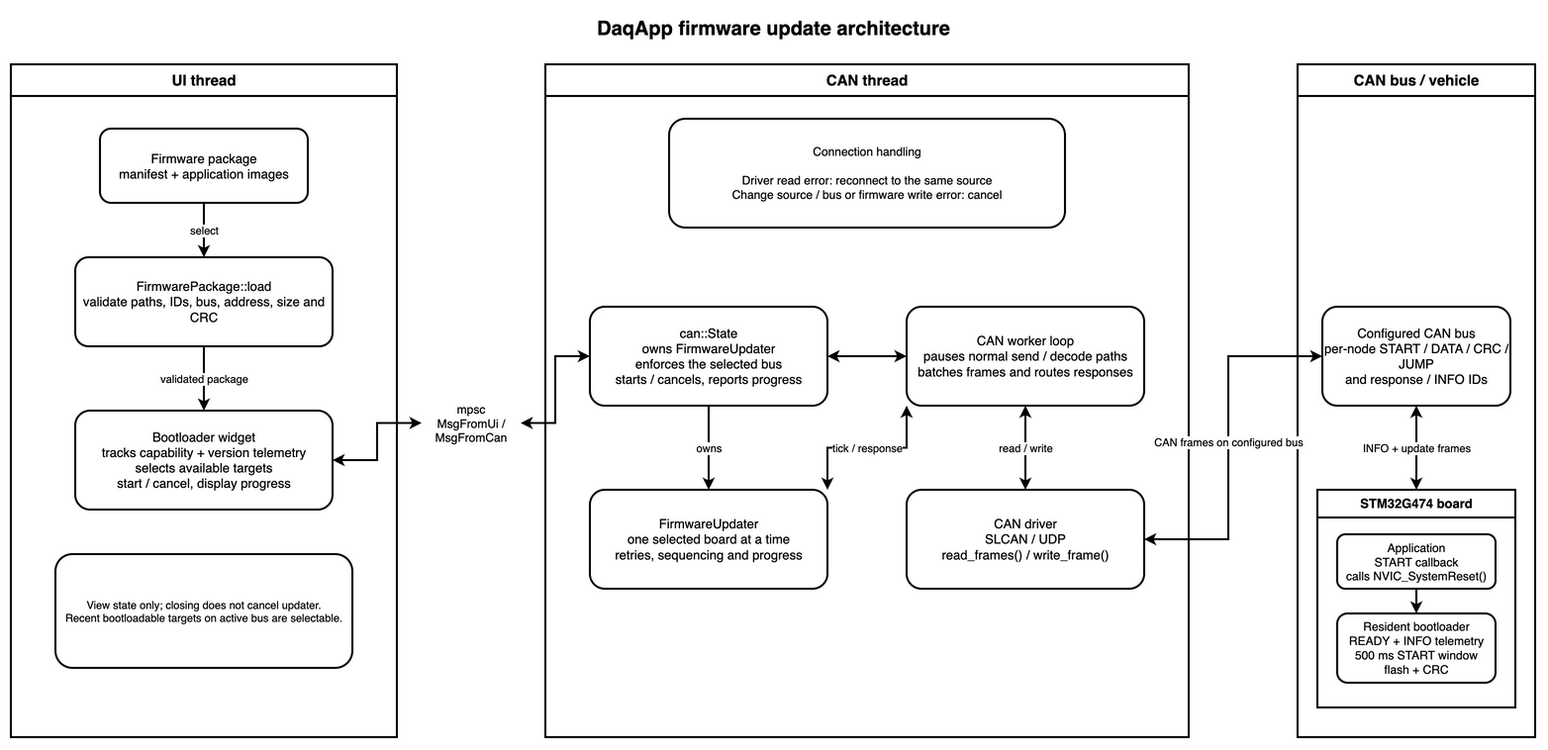
PurdueElectricRacing/monorepo keeps this draw.io diagram as docs/daqapp/daqapp_bootloader_architecture.drawio.png. Above is the earlier version. Source tidied: cells renumbered, new cells last; positions are measured from the earlier drawing's top-left corner, leaving out a move shared by most shapes.
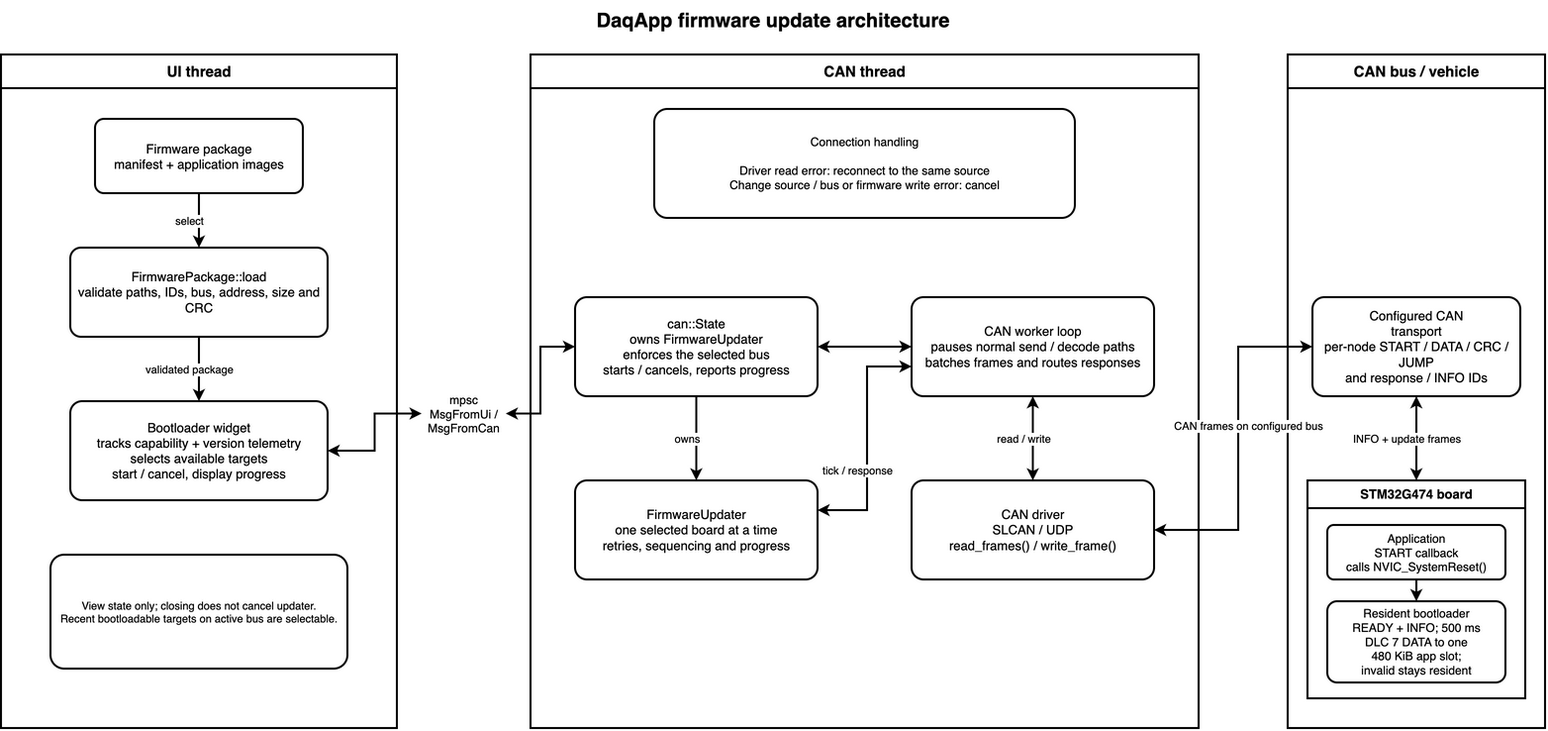
Later version of the same file.

Commit message:
Update bootloader diagrams for full application slot

Change to the diagram source:
```diff
@@ -2,96 +2,101 @@
   <root>
     <mxCell id="0" />
     <mxCell id="1" parent="0" />
-    <mxCell id="2" value="DaqApp firmware update architecture" style="text;html=1;align=center;verticalAlign=middle;fontSize=20;fontStyle=1;" parent="1" vertex="1">
-      <mxGeometry x="470" width="600" height="35" as="geometry" />
+    <mxCell id="2" value="DaqApp firmware update architecture" style="text;html=1;whiteSpace=wrap;align=center;verticalAlign=middle;fontSize=20;fontStyle=1;" parent="1" vertex="1">
+      <mxGeometry x="410" width="720" height="40" as="geometry" />
     </mxCell>
-    <mxCell id="3" value="UI thread" style="swimlane;whiteSpace=wrap;html=1;startSize=32;fontSize=15;strokeWidth=2;" parent="1" vertex="1">
-      <mxGeometry y="55" width="390" height="680" as="geometry" />
+    <mxCell id="3" value="UI thread" style="swimlane;whiteSpace=wrap;html=1;startSize=34;fontSize=15;fontStyle=1;strokeWidth=2;" parent="1" vertex="1">
+      <mxGeometry x="-10" y="55" width="400" height="680" as="geometry" />
     </mxCell>
-    <mxCell id="4" value="CAN thread" style="swimlane;whiteSpace=wrap;html=1;startSize=32;fontSize=15;strokeWidth=2;" parent="1" vertex="1">
-      <mxGeometry x="540" y="55" width="650" height="680" as="geometry" />
-    </mxCell>
-    <mxCell id="5" value="CAN bus / vehicle" style="swimlane;whiteSpace=wrap;html=1;startSize=32;fontSize=15;strokeWidth=2;" parent="1" vertex="1">
-      <mxGeometry x="1300" y="55" width="240" height="680" as="geometry" />
-    </mxCell>
-    <mxCell id="6" value="Firmware package&lt;br&gt;manifest + application images" style="rounded=1;whiteSpace=wrap;html=1;fontSize=13;strokeWidth=2;" parent="3" vertex="1">
-      <mxGeometry x="90" y="65" width="210" height="75" as="geometry" />
+    <mxCell id="6" value="Firmware package&lt;br&gt;manifest + application images" style="rounded=1;whiteSpace=wrap;html=1;fontSize=13;strokeWidth=2;arcSize=12;" parent="3" vertex="1">
+      <mxGeometry x="95" y="65" width="210" height="75" as="geometry" />
     </mxCell>
-    <mxCell id="7" value="FirmwarePackage::load&lt;br&gt;validate paths, IDs, bus, address, size and CRC" style="rounded=1;whiteSpace=wrap;html=1;fontSize=13;strokeWidth=2;" parent="3" vertex="1">
-      <mxGeometry x="65" y="195" width="260" height="90" as="geometry" />
+    <mxCell id="7" value="FirmwarePackage::load&lt;br&gt;validate paths, IDs, bus, address, size and CRC" style="rounded=1;whiteSpace=wrap;html=1;fontSize=13;strokeWidth=2;arcSize=12;" parent="3" vertex="1">
+      <mxGeometry x="70" y="195" width="260" height="90" as="geometry" />
     </mxCell>
-    <mxCell id="8" value="Bootloader widget&lt;br&gt;tracks capability + version telemetry&lt;br&gt;selects available targets&lt;br&gt;start / cancel, display progress" style="rounded=1;whiteSpace=wrap;html=1;fontSize=13;strokeWidth=2;" parent="3" vertex="1">
-      <mxGeometry x="65" y="350" width="260" height="100" as="geometry" />
+    <mxCell id="8" value="Bootloader widget&lt;br&gt;tracks capability + version telemetry&lt;br&gt;selects available targets&lt;br&gt;start / cancel, display progress" style="rounded=1;whiteSpace=wrap;html=1;fontSize=13;strokeWidth=2;arcSize=12;" parent="3" vertex="1">
+      <mxGeometry x="70" y="350" width="260" height="100" as="geometry" />
     </mxCell>
-    <mxCell id="9" value="View state only; closing does not cancel updater.&lt;br&gt;Recent bootloadable targets on active bus are selectable." style="rounded=1;whiteSpace=wrap;html=1;align=center;verticalAlign=middle;fontSize=11;strokeWidth=2;spacing=8;" parent="3" vertex="1">
-      <mxGeometry x="45" y="495" width="300" height="115" as="geometry" />
+    <mxCell id="9" value="View state only; closing does not cancel updater.&lt;br&gt;Recent bootloadable targets on active bus are selectable." style="rounded=1;whiteSpace=wrap;html=1;fontSize=13;strokeWidth=2;arcSize=12;fontSize=11;spacing=8;" parent="3" vertex="1">
+      <mxGeometry x="50" y="505" width="300" height="115" as="geometry" />
     </mxCell>
-    <mxCell id="10" value="mpsc&lt;br&gt;MsgFromUi / MsgFromCan" style="text;html=1;whiteSpace=wrap;align=center;verticalAlign=middle;fontSize=12;" parent="1" vertex="1">
-      <mxGeometry x="415" y="385" width="100" height="65" as="geometry" />
-    </mxCell>
+    <mxCell id="4" value="CAN thread" style="swimlane;whiteSpace=wrap;html=1;startSize=34;fontSize=15;fontStyle=1;strokeWidth=2;" parent="1" vertex="1">
+      <mxGeometry x="525" y="55" width="675" height="680" as="geometry" />
+    </mxCell>
-    <mxCell id="11" value="Connection handling&lt;br&gt;&lt;br&gt;Driver read error: reconnect to the same source&lt;br&gt;Change source / bus or firmware write error: cancel" style="rounded=1;whiteSpace=wrap;html=1;fontSize=12;strokeWidth=2;" parent="4" vertex="1">
-      <mxGeometry x="125" y="55" width="400" height="110" as="geometry" />
+    <mxCell id="11" value="Connection handling&lt;br&gt;&lt;br&gt;Driver read error: reconnect to the same source&lt;br&gt;Change source / bus or firmware write error: cancel" style="rounded=1;whiteSpace=wrap;html=1;fontSize=13;strokeWidth=2;arcSize=12;fontSize=12;" parent="4" vertex="1">
+      <mxGeometry x="125" y="55" width="425" height="110" as="geometry" />
     </mxCell>
-    <mxCell id="12" value="can::State&lt;br&gt;owns FirmwareUpdater&lt;br&gt;enforces the selected bus&lt;br&gt;starts / cancels, reports progress" style="rounded=1;whiteSpace=wrap;html=1;fontSize=13;strokeWidth=2;" parent="4" vertex="1">
-      <mxGeometry x="45" y="245" width="240" height="100" as="geometry" />
+    <mxCell id="12" value="can::State&lt;br&gt;owns FirmwareUpdater&lt;br&gt;enforces the selected bus&lt;br&gt;starts / cancels, reports progress" style="rounded=1;whiteSpace=wrap;html=1;fontSize=13;strokeWidth=2;arcSize=12;" parent="4" vertex="1">
+      <mxGeometry x="45" y="245" width="245" height="100" as="geometry" />
     </mxCell>
-    <mxCell id="13" value="CAN worker loop&lt;br&gt;pauses normal send / decode paths&lt;br&gt;batches frames and routes responses" style="rounded=1;whiteSpace=wrap;html=1;fontSize=13;strokeWidth=2;" parent="4" vertex="1">
-      <mxGeometry x="365" y="245" width="240" height="100" as="geometry" />
+    <mxCell id="13" value="CAN worker loop&lt;br&gt;pauses normal send / decode paths&lt;br&gt;batches frames and routes responses" style="rounded=1;whiteSpace=wrap;html=1;fontSize=13;strokeWidth=2;arcSize=12;" parent="4" vertex="1">
+      <mxGeometry x="385" y="245" width="245" height="100" as="geometry" />
     </mxCell>
-    <mxCell id="14" value="FirmwareUpdater&lt;br&gt;one selected board at a time&lt;br&gt;retries, sequencing and progress" style="rounded=1;whiteSpace=wrap;html=1;fontSize=13;strokeWidth=2;" parent="4" vertex="1">
-      <mxGeometry x="45" y="430" width="240" height="100" as="geometry" />
+    <mxCell id="14" value="FirmwareUpdater&lt;br&gt;one selected board at a time&lt;br&gt;retries, sequencing and progress" style="rounded=1;whiteSpace=wrap;html=1;fontSize=13;strokeWidth=2;arcSize=12;" parent="4" vertex="1">
+      <mxGeometry x="45" y="430" width="245" height="100" as="geometry" />
     </mxCell>
-    <mxCell id="15" value="CAN driver&lt;br&gt;SLCAN / UDP&lt;br&gt;read_frames() / write_frame()" style="rounded=1;whiteSpace=wrap;html=1;fontSize=13;strokeWidth=2;" parent="4" vertex="1">
-      <mxGeometry x="365" y="430" width="240" height="100" as="geometry" />
+    <mxCell id="15" value="CAN driver&lt;br&gt;SLCAN / UDP&lt;br&gt;read_frames() / write_frame()" style="rounded=1;whiteSpace=wrap;html=1;fontSize=13;strokeWidth=2;arcSize=12;" parent="4" vertex="1">
+      <mxGeometry x="385" y="430" width="245" height="100" as="geometry" />
     </mxCell>
+    <mxCell id="5" value="CAN bus / vehicle" style="swimlane;whiteSpace=wrap;html=1;startSize=34;fontSize=15;fontStyle=1;strokeWidth=2;" parent="1" vertex="1">
+      <mxGeometry x="1290" y="55" width="260" height="680" as="geometry" />
+    </mxCell>
-    <mxCell id="16" value="Configured CAN bus&lt;br&gt;per-node START / DATA / CRC / JUMP&lt;br&gt;and response / INFO IDs" style="rounded=1;whiteSpace=wrap;html=1;fontSize=13;strokeWidth=2;" parent="5" vertex="1">
-      <mxGeometry x="25" y="245" width="190" height="100" as="geometry" />
+    <mxCell id="16" value="Configured CAN&lt;br&gt;transport&lt;br&gt;per-node START / DATA / CRC / JUMP&lt;br&gt;and response / INFO IDs" style="rounded=1;whiteSpace=wrap;html=1;fontSize=13;strokeWidth=2;arcSize=12;" parent="5" vertex="1">
+      <mxGeometry x="25" y="245" width="210" height="100" as="geometry" />
     </mxCell>
-    <mxCell id="17" value="STM32G474 board" style="swimlane;whiteSpace=wrap;html=1;startSize=28;fontSize=13;strokeWidth=2;" parent="5" vertex="1">
-      <mxGeometry x="20" y="430" width="200" height="220" as="geometry" />
+    <mxCell id="17" value="STM32G474 board" style="swimlane;whiteSpace=wrap;html=1;startSize=28;fontSize=15;fontStyle=1;strokeWidth=2;fontSize=13;" parent="5" vertex="1">
+      <mxGeometry x="20" y="430" width="220" height="220" as="geometry" />
     </mxCell>
-    <mxCell id="18" value="Application&lt;br&gt;START callback&lt;br&gt;calls NVIC_SystemReset()" style="rounded=1;whiteSpace=wrap;html=1;fontSize=12;strokeWidth=2;" parent="17" vertex="1">
-      <mxGeometry x="20" y="45" width="160" height="55" as="geometry" />
+    <mxCell id="18" value="Application&lt;br&gt;START callback&lt;br&gt;calls NVIC_SystemReset()" style="rounded=1;whiteSpace=wrap;html=1;fontSize=13;strokeWidth=2;arcSize=12;fontSize=12;" parent="17" vertex="1">
+      <mxGeometry x="20" y="45" width="180" height="55" as="geometry" />
     </mxCell>
-    <mxCell id="19" value="Resident bootloader&lt;br&gt;READY + INFO telemetry&lt;br&gt;500 ms START window&lt;br&gt;flash + CRC" style="rounded=1;whiteSpace=wrap;html=1;fontSize=12;strokeWidth=2;" parent="17" vertex="1">
-      <mxGeometry x="20" y="125" width="160" height="70" as="geometry" />
+    <mxCell id="19" value="Resident bootloader&lt;br&gt;READY + INFO; 500 ms&lt;br&gt;DLC 7 DATA to one&lt;br&gt;480 KiB app slot;&lt;br&gt;invalid stays resident" style="rounded=1;whiteSpace=wrap;html=1;fontSize=13;strokeWidth=2;arcSize=12;fontSize=12;" parent="17" vertex="1">
+      <mxGeometry x="20" y="122" width="180" height="82" as="geometry" />
     </mxCell>
+    <mxCell id="10" value="mpsc&lt;br&gt;MsgFromUi / MsgFromCan" style="text;html=1;whiteSpace=wrap;align=center;verticalAlign=middle;fontSize=12;" parent="1" vertex="1">
+      <mxGeometry x="415" y="385" width="85" height="65" as="geometry" />
+    </mxCell>
-    <mxCell id="20" value="select" style="edgeStyle=orthogonalEdgeStyle;rounded=0;jettySize=auto;html=1;endArrow=classic;fontSize=11;strokeWidth=2;" parent="1" edge="1" source="6" target="7">
-      <mxGeometry relative="1" as="geometry" />
+    <mxCell id="20" value="select" style="edgeStyle=orthogonalEdgeStyle;rounded=0;jettySize=18;html=1;endArrow=classic;endFill=1;fontSize=11;strokeWidth=2;labelBackgroundColor=#ffffff;" parent="1" edge="1" source="6" target="7">
+      <mxGeometry y="-10" relative="1" as="geometry" />
     </mxCell>
-    <mxCell id="21" value="validated package" style="edgeStyle=orthogonalEdgeStyle;rounded=0;jettySize=auto;html=1;endArrow=classic;fontSize=11;strokeWidth=2;" parent="1" edge="1" source="7" target="8">
-      <mxGeometry relative="1" as="geometry" />
+    <mxCell id="21" value="validated package" style="edgeStyle=orthogonalEdgeStyle;rounded=0;jettySize=18;html=1;endArrow=classic;endFill=1;fontSize=11;strokeWidth=2;labelBackgroundColor=#ffffff;" parent="1" edge="1" source="7" target="8">
+      <mxGeometry y="-10" relative="1" as="geometry" />
     </mxCell>
-    <mxCell id="22" style="edgeStyle=orthogonalEdgeStyle;rounded=0;jettySize=auto;html=1;startArrow=classic;startFill=1;endArrow=classic;endFill=1;strokeWidth=2;" parent="1" edge="1" source="8" target="10">
+    <mxCell id="22" style="edgeStyle=orthogonalEdgeStyle;rounded=0;jettySize=18;html=1;endArrow=classic;endFill=1;fontSize=11;strokeWidth=2;labelBackgroundColor=#ffffff;startArrow=classic;startFill=1;" parent="1" edge="1" source="8" target="10">
       <mxGeometry relative="1" as="geometry" />
     </mxCell>
-    <mxCell id="23" style="edgeStyle=orthogonalEdgeStyle;rounded=0;jettySize=auto;html=1;startArrow=classic;startFill=1;endArrow=classic;endFill=1;strokeWidth=2;" parent="1" edge="1" source="10" target="12">
+    <mxCell id="23" style="edgeStyle=orthogonalEdgeStyle;rounded=0;jettySize=18;html=1;endArrow=classic;endFill=1;fontSize=11;strokeWidth=2;labelBackgroundColor=#ffffff;startArrow=classic;startFill=1;" parent="1" edge="1" source="10" target="12">
       <mxGeometry relative="1" as="geometry" />
     </mxCell>
-    <mxCell id="24" style="edgeStyle=orthogonalEdgeStyle;rounded=0;jettySize=auto;html=1;startArrow=classic;startFill=1;endArrow=classic;endFill=1;fontSize=11;strokeWidth=2;" parent="1" edge="1" source="12" target="13">
+    <mxCell id="24" style="edgeStyle=orthogonalEdgeStyle;rounded=0;jettySize=18;html=1;endArrow=classic;endFill=1;fontSize=11;strokeWidth=2;labelBackgroundColor=#ffffff;startArrow=classic;startFill=1;" parent="1" edge="1" source="12" target="13">
       <mxGeometry relative="1" as="geometry" />
     </mxCell>
-    <mxCell id="25" value="owns" style="edgeStyle=orthogonalEdgeStyle;rounded=0;jettySize=auto;html=1;endArrow=classic;fontSize=11;strokeWidth=2;" parent="1" edge="1" source="12" target="14">
-      <mxGeometry relative="1" as="geometry" />
+    <mxCell id="25" value="owns" style="edgeStyle=orthogonalEdgeStyle;rounded=0;jettySize=18;html=1;endArrow=classic;endFill=1;fontSize=11;strokeWidth=2;labelBackgroundColor=#ffffff;" parent="1" edge="1" source="12" target="14">
+      <mxGeometry y="-10" relative="1" as="geometry" />
     </mxCell>
-    <mxCell id="26" value="tick / response" style="edgeStyle=orthogonalEdgeStyle;rounded=0;jettySize=auto;html=1;startArrow=classic;startFill=1;endArrow=classic;endFill=1;fontSize=11;strokeWidth=2;exitX=0;exitY=1;exitDx=0;exitDy=0;entryX=1;entryY=0;entryDx=0;entryDy=0;" parent="1" edge="1" source="13" target="14">
-      <mxGeometry relative="1" as="geometry" />
+    <mxCell id="26" value="tick / response" style="edgeStyle=orthogonalEdgeStyle;rounded=0;jettySize=18;html=1;endArrow=classic;endFill=1;fontSize=11;strokeWidth=2;labelBackgroundColor=#ffffff;startArrow=classic;startFill=1;exitX=0;exitY=0.7;entryX=1;entryY=0.3;" parent="1" edge="1" source="13" target="14">
+      <mxGeometry x="0.25" y="-10" relative="1" as="geometry">
+        <Array as="points">
+          <mxPoint x="865" y="370" />
+          <mxPoint x="865" y="515" />
+        </Array>
+      </mxGeometry>
     </mxCell>
-    <mxCell id="27" value="read / write" style="edgeStyle=orthogonalEdgeStyle;rounded=0;jettySize=auto;html=1;startArrow=classic;startFill=1;endArrow=classic;endFill=1;fontSize=11;strokeWidth=2;" parent="1" edge="1" source="13" target="15">
-      <mxGeometry relative="1" as="geometry" />
+    <mxCell id="27" value="read / write" style="edgeStyle=orthogonalEdgeStyle;rounded=0;jettySize=18;html=1;endArrow=classic;endFill=1;fontSize=11;strokeWidth=2;labelBackgroundColor=#ffffff;startArrow=classic;startFill=1;" parent="1" edge="1" source="13" target="15">
+      <mxGeometry y="-10" relative="1" as="geometry" />
     </mxCell>
-    <mxCell id="28" value="CAN frames on configured bus" style="edgeStyle=orthogonalEdgeStyle;rounded=0;jettySize=auto;html=1;startArrow=classic;startFill=1;endArrow=classic;endFill=1;fontSize=11;strokeWidth=2;" parent="1" edge="1" source="15" target="16">
-      <mxGeometry relative="1" as="geometry">
+    <mxCell id="28" value="CAN frames on configured bus" style="edgeStyle=orthogonalEdgeStyle;rounded=0;jettySize=18;html=1;endArrow=classic;endFill=1;fontSize=11;strokeWidth=2;labelBackgroundColor=#ffffff;startArrow=classic;startFill=1;" parent="1" edge="1" source="15" target="16">
+      <mxGeometry x="0.1" y="-10" relative="1" as="geometry">
         <Array as="points">
-          <mxPoint x="1230" y="535" />
-          <mxPoint x="1230" y="350" />
+          <mxPoint x="1240" y="535" />
+          <mxPoint x="1240" y="350" />
         </Array>
       </mxGeometry>
     </mxCell>
-    <mxCell id="29" value="INFO + update frames" style="edgeStyle=orthogonalEdgeStyle;rounded=0;jettySize=auto;html=1;startArrow=classic;startFill=1;endArrow=classic;endFill=1;strokeWidth=2;" parent="1" edge="1" source="16" target="17">
-      <mxGeometry relative="1" as="geometry" />
+    <mxCell id="29" value="INFO + update frames" style="edgeStyle=orthogonalEdgeStyle;rounded=0;jettySize=18;html=1;endArrow=classic;endFill=1;fontSize=11;strokeWidth=2;labelBackgroundColor=#ffffff;startArrow=classic;startFill=1;" parent="1" edge="1" source="16" target="17">
+      <mxGeometry y="-10" relative="1" as="geometry" />
     </mxCell>
-    <mxCell id="30" style="edgeStyle=orthogonalEdgeStyle;rounded=0;jettySize=auto;html=1;endArrow=classic;fontSize=11;strokeWidth=2;" parent="1" edge="1" source="18" target="19">
+    <mxCell id="30" style="edgeStyle=orthogonalEdgeStyle;rounded=0;jettySize=18;html=1;endArrow=classic;endFill=1;fontSize=11;strokeWidth=2;labelBackgroundColor=#ffffff;" parent="1" edge="1" source="18" target="19">
       <mxGeometry relative="1" as="geometry" />
     </mxCell>
   </root>
```
